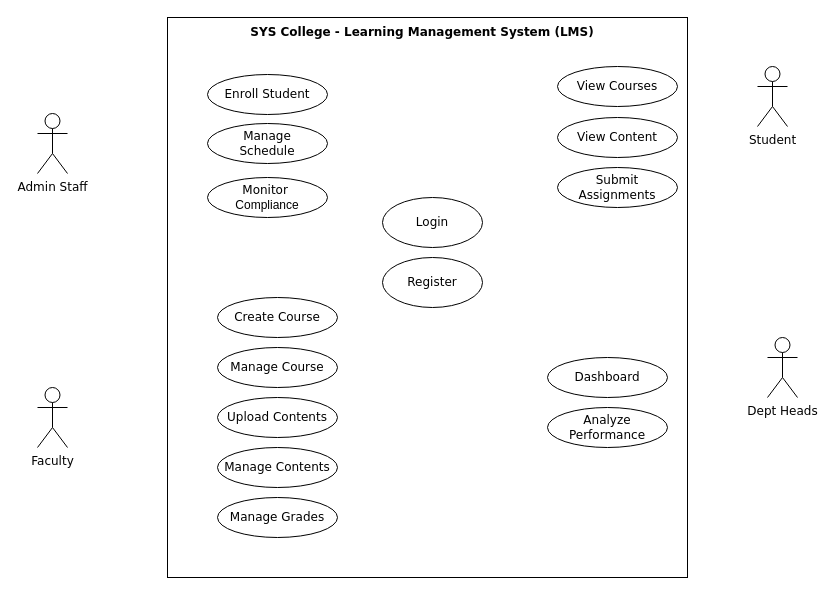
ZohaibWaqarMalik/Technical-Business-Analyst-Projects keeps this draw.io diagram as 02 - LMS-SysCollege/02 - Diagrams/Use Case Diagram.drawio. Above is the earlier version. Source tidied: cells renumbered, new cells numbered last; positions are measured from the earlier drawing's top-left corner, leaving out a move shared by most shapes. Both pictures are drawn from the tidied source at 100%, with x=0, y=0 at pixel (37, 17).
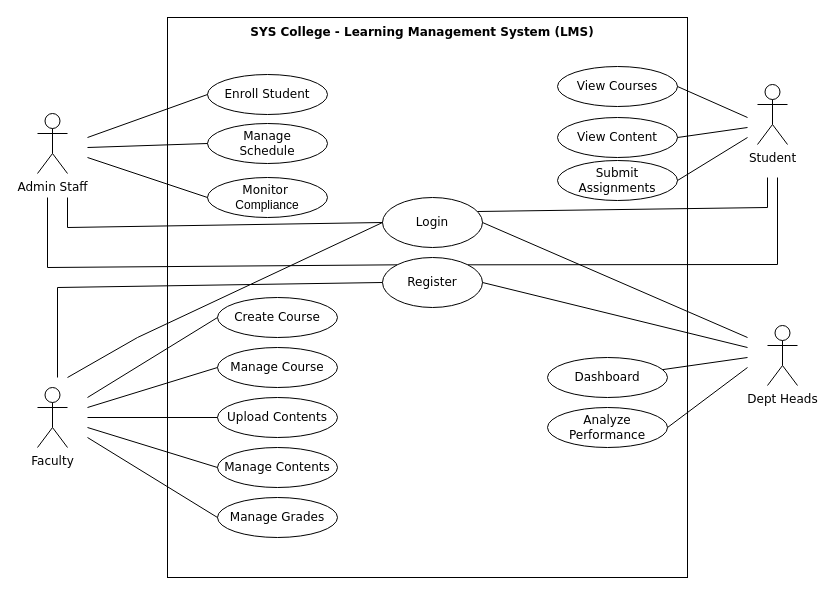
The same page after the edit.

Commit message (it also covers changes not shown here):
Update Use Case Diagram

Mapped Login and register association for all actors

Unchanged cells that the change refers to:
```xml
<mxCell id="7" value="&lt;font face=&quot;Verdana&quot;&gt;Enroll Student&lt;/font&gt;" style="ellipse;whiteSpace=wrap;html=1;" parent="1" vertex="1">
  <mxGeometry x="170" y="57" width="120" height="40" as="geometry" />
</mxCell>
<mxCell id="8" value="&lt;font face=&quot;Verdana&quot;&gt;Manage&lt;/font&gt;&lt;div&gt;&lt;font face=&quot;Verdana&quot;&gt;Schedule&lt;/font&gt;&lt;/div&gt;" style="ellipse;whiteSpace=wrap;html=1;" parent="1" vertex="1">
  <mxGeometry x="170" y="106" width="120" height="40" as="geometry" />
</mxCell>
<mxCell id="9" value="&lt;font face=&quot;Verdana&quot;&gt;Monitor&amp;nbsp;&lt;/font&gt;&lt;div&gt;&lt;span style=&quot;background-color: transparent; color: light-dark(rgb(0, 0, 0), rgb(255, 255, 255));&quot;&gt;Compliance&lt;/span&gt;&lt;/div&gt;" style="ellipse;whiteSpace=wrap;html=1;" parent="1" vertex="1">
  <mxGeometry x="170" y="160" width="120" height="40" as="geometry" />
</mxCell>
<mxCell id="10" value="&lt;font face=&quot;Verdana&quot;&gt;Create Course&lt;/font&gt;" style="ellipse;whiteSpace=wrap;html=1;" parent="1" vertex="1">
  <mxGeometry x="180" y="280" width="120" height="40" as="geometry" />
</mxCell>
<mxCell id="11" value="&lt;font face=&quot;Verdana&quot;&gt;Manage Course&lt;/font&gt;" style="ellipse;whiteSpace=wrap;html=1;" parent="1" vertex="1">
  <mxGeometry x="180" y="330" width="120" height="40" as="geometry" />
</mxCell>
<mxCell id="12" value="&lt;font face=&quot;Verdana&quot;&gt;Upload Contents&lt;/font&gt;" style="ellipse;whiteSpace=wrap;html=1;" parent="1" vertex="1">
  <mxGeometry x="180" y="380" width="120" height="40" as="geometry" />
</mxCell>
<mxCell id="13" value="&lt;font face=&quot;Verdana&quot;&gt;Manage Contents&lt;/font&gt;" style="ellipse;whiteSpace=wrap;html=1;" parent="1" vertex="1">
  <mxGeometry x="180" y="430" width="120" height="40" as="geometry" />
</mxCell>
<mxCell id="14" value="&lt;font face=&quot;Verdana&quot;&gt;Manage Grades&lt;/font&gt;" style="ellipse;whiteSpace=wrap;html=1;" parent="1" vertex="1">
  <mxGeometry x="180" y="480" width="120" height="40" as="geometry" />
</mxCell>
<mxCell id="15" value="&lt;font face=&quot;Verdana&quot;&gt;Register&lt;/font&gt;" style="ellipse;whiteSpace=wrap;html=1;" parent="1" vertex="1">
  <mxGeometry x="345" y="240" width="100" height="50" as="geometry" />
</mxCell>
<mxCell id="16" value="&lt;font face=&quot;Verdana&quot;&gt;Login&lt;/font&gt;" style="ellipse;whiteSpace=wrap;html=1;" parent="1" vertex="1">
  <mxGeometry x="345" y="180" width="100" height="50" as="geometry" />
</mxCell>
<mxCell id="17" value="&lt;font face=&quot;Verdana&quot;&gt;View Courses&lt;/font&gt;" style="ellipse;whiteSpace=wrap;html=1;" parent="1" vertex="1">
  <mxGeometry x="520" y="49" width="120" height="40" as="geometry" />
</mxCell>
<mxCell id="18" value="&lt;font face=&quot;Verdana&quot;&gt;View Content&lt;/font&gt;" style="ellipse;whiteSpace=wrap;html=1;" parent="1" vertex="1">
  <mxGeometry x="520" y="100" width="120" height="40" as="geometry" />
</mxCell>
<mxCell id="21" value="&lt;font face=&quot;Verdana&quot;&gt;Dashboard&lt;/font&gt;" style="ellipse;whiteSpace=wrap;html=1;" parent="1" vertex="1">
  <mxGeometry x="510" y="340" width="120" height="40" as="geometry" />
</mxCell>
<mxCell id="22" value="&lt;font face=&quot;Verdana&quot;&gt;Analyze Performance&lt;/font&gt;" style="ellipse;whiteSpace=wrap;html=1;" parent="1" vertex="1">
  <mxGeometry x="510" y="390" width="120" height="40" as="geometry" />
</mxCell>
```

The edit, as a diff of the source:
```diff
@@
     <mxCell id="5" value="&lt;font face=&quot;Verdana&quot;&gt;Student&lt;/font&gt;" style="shape=umlActor;verticalLabelPosition=bottom;verticalAlign=top;html=1;" parent="1" vertex="1">
-      <mxGeometry x="720" y="49" width="30" height="60" as="geometry" />
+      <mxGeometry x="720" y="67" width="30" height="60" as="geometry" />
     </mxCell>
     <mxCell id="6" value="&lt;font face=&quot;Verdana&quot;&gt;Dept Heads&lt;/font&gt;" style="shape=umlActor;verticalLabelPosition=bottom;verticalAlign=top;html=1;" parent="1" vertex="1">
-      <mxGeometry x="730" y="320" width="30" height="60" as="geometry" />
+      <mxGeometry x="730" y="308" width="30" height="60" as="geometry" />
     </mxCell>
@@
     <mxCell id="19" value="&lt;font face=&quot;Verdana&quot;&gt;Submit Assignments&lt;/font&gt;" style="ellipse;whiteSpace=wrap;html=1;" parent="1" vertex="1">
-      <mxGeometry x="520" y="150" width="120" height="40" as="geometry" />
+      <mxGeometry x="520" y="143" width="120" height="40" as="geometry" />
     </mxCell>
@@
+    <mxCell id="23" style="endArrow=none;html=1;rounded=0;entryX=0;entryY=0.5;entryDx=0;entryDy=0;" parent="1" edge="1" target="7">
+      <mxGeometry relative="1" as="geometry">
+        <mxPoint x="50" y="120" as="sourcePoint" />
+      </mxGeometry>
+    </mxCell>
+    <mxCell id="24" style="endArrow=none;html=1;rounded=0;entryX=0;entryY=0.5;entryDx=0;entryDy=0;" parent="1" edge="1" target="8">
+      <mxGeometry relative="1" as="geometry">
+        <mxPoint x="50" y="130" as="sourcePoint" />
+      </mxGeometry>
+    </mxCell>
+    <mxCell id="25" style="endArrow=none;html=1;rounded=0;entryX=0;entryY=0.5;entryDx=0;entryDy=0;" parent="1" edge="1" target="9">
+      <mxGeometry relative="1" as="geometry">
+        <mxPoint x="50" y="140" as="sourcePoint" />
+      </mxGeometry>
+    </mxCell>
+    <mxCell id="26" style="endArrow=none;html=1;rounded=0;entryX=0;entryY=0.5;entryDx=0;entryDy=0;" parent="1" edge="1" target="10">
+      <mxGeometry relative="1" as="geometry">
+        <mxPoint x="50" y="380" as="sourcePoint" />
+      </mxGeometry>
+    </mxCell>
+    <mxCell id="27" style="endArrow=none;html=1;rounded=0;entryX=0;entryY=0.5;entryDx=0;entryDy=0;" parent="1" edge="1" target="11">
+      <mxGeometry relative="1" as="geometry">
+        <mxPoint x="50" y="390" as="sourcePoint" />
+      </mxGeometry>
+    </mxCell>
+    <mxCell id="28" style="endArrow=none;html=1;rounded=0;entryX=0;entryY=0.5;entryDx=0;entryDy=0;" parent="1" edge="1" target="12">
+      <mxGeometry relative="1" as="geometry">
+        <mxPoint x="50" y="400" as="sourcePoint" />
+      </mxGeometry>
+    </mxCell>
+    <mxCell id="29" style="endArrow=none;html=1;rounded=0;entryX=0;entryY=0.5;entryDx=0;entryDy=0;" parent="1" edge="1" target="13">
+      <mxGeometry relative="1" as="geometry">
+        <mxPoint x="50" y="410" as="sourcePoint" />
+      </mxGeometry>
+    </mxCell>
+    <mxCell id="30" style="endArrow=none;html=1;rounded=0;entryX=0;entryY=0.5;entryDx=0;entryDy=0;" parent="1" edge="1" target="14">
+      <mxGeometry relative="1" as="geometry">
+        <mxPoint x="50" y="420" as="sourcePoint" />
+      </mxGeometry>
+    </mxCell>
+    <mxCell id="31" style="endArrow=none;html=1;rounded=0;exitX=1;exitY=0.5;exitDx=0;exitDy=0;" parent="1" edge="1" source="17">
+      <mxGeometry relative="1" as="geometry">
+        <mxPoint x="710" y="100" as="targetPoint" />
+      </mxGeometry>
+    </mxCell>
+    <mxCell id="32" style="endArrow=none;html=1;rounded=0;exitX=1;exitY=0.5;exitDx=0;exitDy=0;" parent="1" edge="1" source="18">
+      <mxGeometry relative="1" as="geometry">
+        <mxPoint x="710" y="110" as="targetPoint" />
+      </mxGeometry>
+    </mxCell>
+    <mxCell id="33" style="endArrow=none;html=1;rounded=0;exitX=1;exitY=0.5;exitDx=0;exitDy=0;" parent="1" edge="1" source="19">
+      <mxGeometry relative="1" as="geometry">
+        <mxPoint x="710" y="120" as="targetPoint" />
+      </mxGeometry>
+    </mxCell>
+    <mxCell id="34" style="endArrow=none;html=1;rounded=0;" parent="1" edge="1" source="21">
+      <mxGeometry relative="1" as="geometry">
+        <mxPoint x="710" y="340" as="targetPoint" />
+      </mxGeometry>
+    </mxCell>
+    <mxCell id="35" style="endArrow=none;html=1;rounded=0;exitX=1;exitY=0.5;exitDx=0;exitDy=0;" parent="1" edge="1" source="22">
+      <mxGeometry relative="1" as="geometry">
+        <mxPoint x="710" y="350" as="targetPoint" />
+      </mxGeometry>
+    </mxCell>
+    <mxCell id="36" style="endArrow=none;html=1;rounded=0;entryX=0;entryY=0.5;entryDx=0;entryDy=0;" parent="1" edge="1" target="16">
+      <mxGeometry relative="1" as="geometry">
+        <mxPoint x="30" y="180" as="sourcePoint" />
+        <Array as="points">
+          <mxPoint x="30" y="210" />
+        </Array>
+      </mxGeometry>
+    </mxCell>
+    <mxCell id="37" style="endArrow=none;html=1;rounded=0;entryX=0;entryY=0;entryDx=0;entryDy=0;" parent="1" edge="1" target="15">
+      <mxGeometry relative="1" as="geometry">
+        <mxPoint x="10" y="180" as="sourcePoint" />
+        <Array as="points">
+          <mxPoint x="10" y="250" />
+        </Array>
+      </mxGeometry>
+    </mxCell>
+    <mxCell id="38" style="endArrow=none;html=1;rounded=0;entryX=0;entryY=0.5;entryDx=0;entryDy=0;" parent="1" edge="1" target="16">
+      <mxGeometry relative="1" as="geometry">
+        <mxPoint x="30" y="360" as="sourcePoint" />
+        <Array as="points">
+          <mxPoint x="100" y="320" />
+        </Array>
+      </mxGeometry>
+    </mxCell>
+    <mxCell id="39" style="endArrow=none;html=1;rounded=0;entryX=0;entryY=0.5;entryDx=0;entryDy=0;" parent="1" edge="1" target="15">
+      <mxGeometry relative="1" as="geometry">
+        <mxPoint x="20" y="360" as="sourcePoint" />
+        <Array as="points">
+          <mxPoint x="20" y="270" />
+        </Array>
+      </mxGeometry>
+    </mxCell>
+    <mxCell id="40" style="endArrow=none;html=1;rounded=0;exitX=0.95;exitY=0.28;exitDx=0;exitDy=0;exitPerimeter=0;" parent="1" edge="1" source="16">
+      <mxGeometry relative="1" as="geometry">
+        <mxPoint x="730" y="160" as="targetPoint" />
+        <Array as="points">
+          <mxPoint x="730" y="190" />
+        </Array>
+      </mxGeometry>
+    </mxCell>
+    <mxCell id="41" style="endArrow=none;html=1;rounded=0;exitX=1;exitY=0;exitDx=0;exitDy=0;" parent="1" edge="1" source="15">
+      <mxGeometry relative="1" as="geometry">
+        <mxPoint x="740" y="160" as="targetPoint" />
+        <Array as="points">
+          <mxPoint x="740" y="247" />
+        </Array>
+      </mxGeometry>
+    </mxCell>
+    <mxCell id="42" style="endArrow=none;html=1;rounded=0;entryX=1;entryY=0.5;entryDx=0;entryDy=0;" parent="1" edge="1" target="16">
+      <mxGeometry relative="1" as="geometry">
+        <mxPoint x="710" y="320" as="sourcePoint" />
+      </mxGeometry>
+    </mxCell>
+    <mxCell id="43" style="endArrow=none;html=1;rounded=0;exitX=1;exitY=0.5;exitDx=0;exitDy=0;" parent="1" edge="1" source="15">
+      <mxGeometry relative="1" as="geometry">
+        <mxPoint x="710" y="330" as="targetPoint" />
+      </mxGeometry>
+    </mxCell>
```
